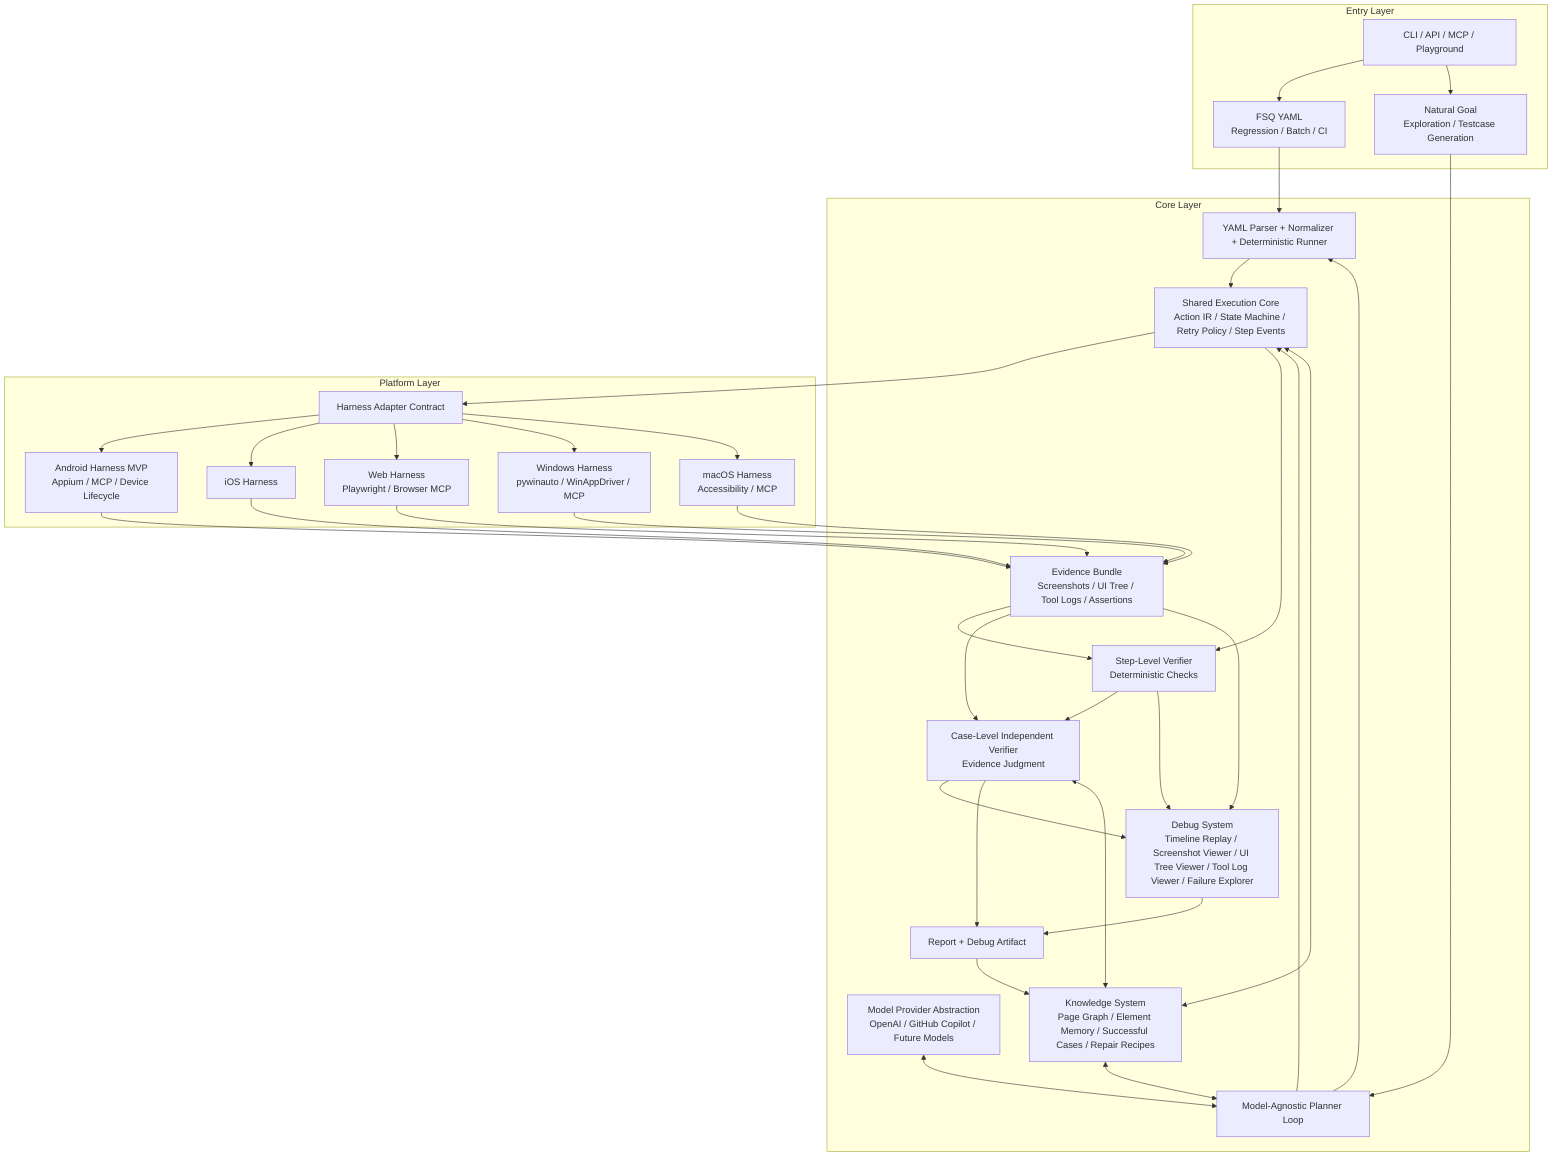
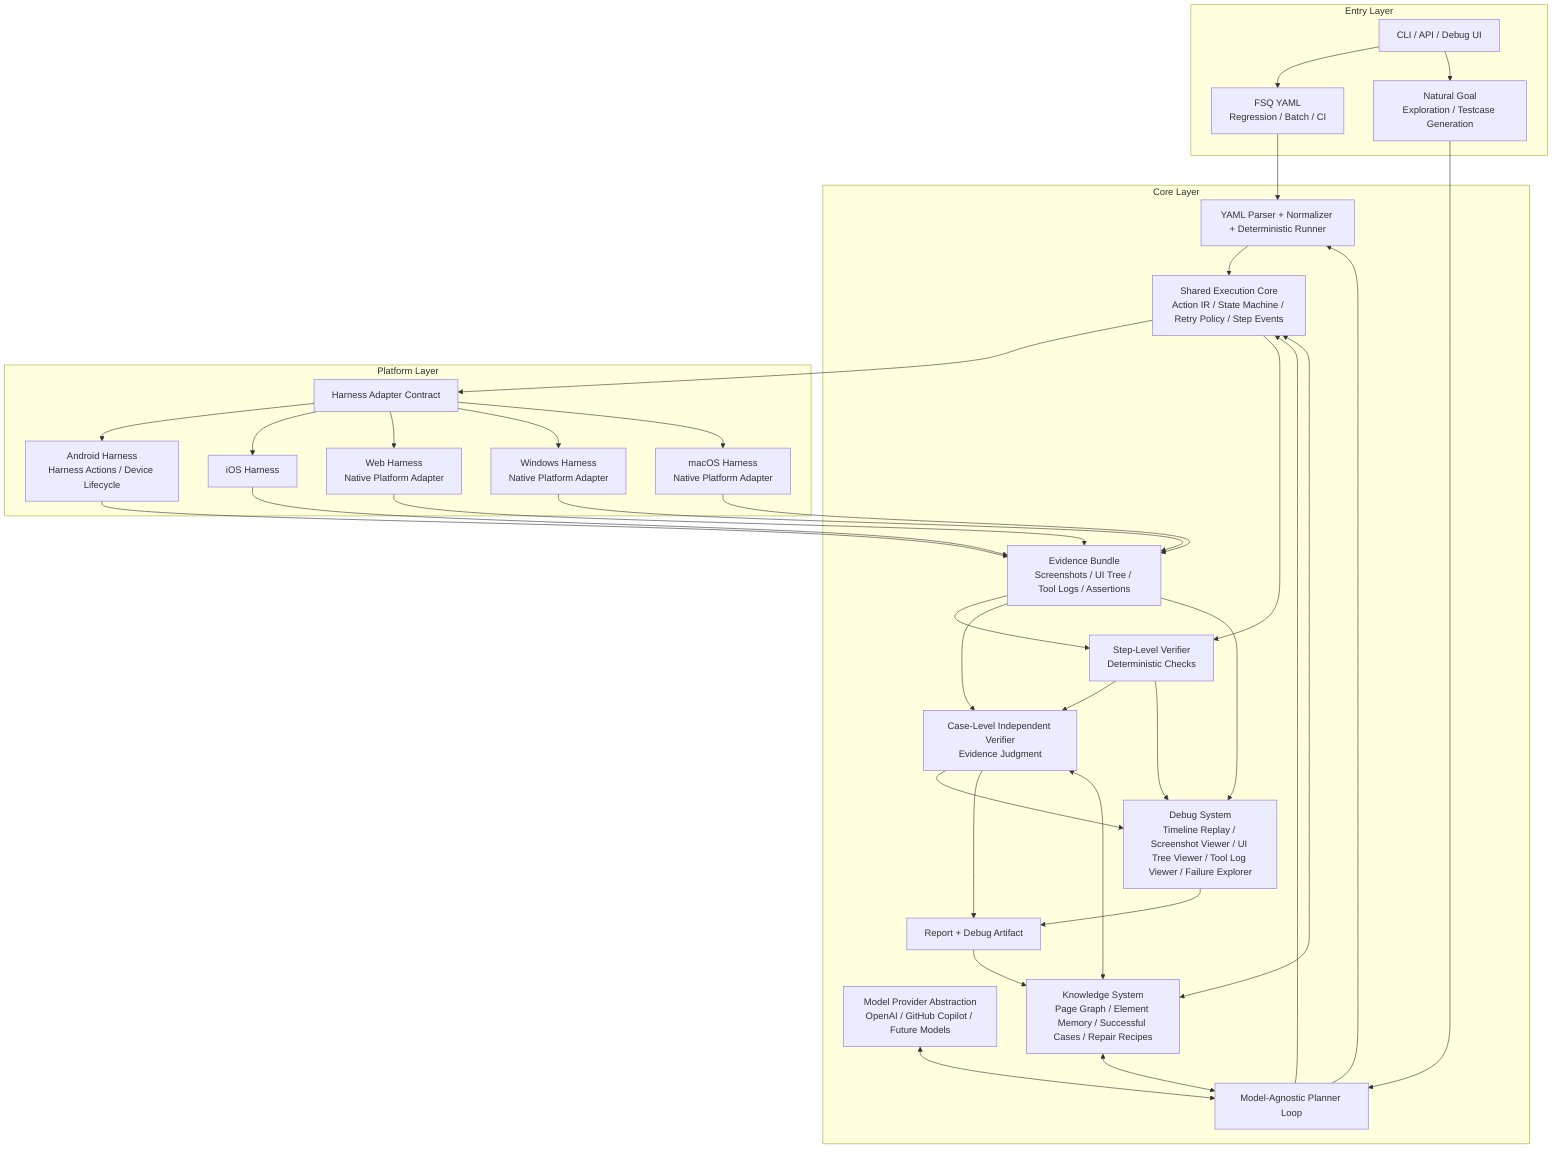
flowchart TB
    subgraph Entry[Entry Layer]
        FSQ[FSQ YAML\nRegression / Batch / CI]
        GOAL[Natural Goal\nExploration / Testcase Generation]
-         CLI[CLI / API / MCP / Playground]
+         CLI[CLI / API / Debug UI]
    end

    subgraph Core[Core Layer]
        YAML[YAML Parser + Normalizer + Deterministic Runner]
        PLANNER[Model-Agnostic Planner Loop]
        EXEC[Shared Execution Core\nAction IR / State Machine / Retry Policy / Step Events]
        MODEL[Model Provider Abstraction\nOpenAI / GitHub Copilot / Future Models]
        KNOW[Knowledge System\nPage Graph / Element Memory / Successful Cases / Repair Recipes]
        DEBUG[Debug System\nTimeline Replay / Screenshot Viewer / UI Tree Viewer / Tool Log Viewer / Failure Explorer]
        EVIDENCE[Evidence Bundle\nScreenshots / UI Tree / Tool Logs / Assertions]
        STEPVER[Step-Level Verifier\nDeterministic Checks]
        CASEVER[Case-Level Independent Verifier\nEvidence Judgment]
        REPORT[Report + Debug Artifact]
    end

    subgraph Platform[Platform Layer]
        HARNESS[Harness Adapter Contract]
-         ANDROID[Android Harness MVP\nAppium / MCP / Device Lifecycle]
+         ANDROID[Android Harness\nHarness Actions / Device Lifecycle]
        IOS[iOS Harness]
-         WEB[Web Harness\nPlaywright / Browser MCP]
-         WIN[Windows Harness\npywinauto / WinAppDriver / MCP]
-         MAC[macOS Harness\nAccessibility / MCP]
+         WEB[Web Harness\nNative Platform Adapter]
+         WIN[Windows Harness\nNative Platform Adapter]
+         MAC[macOS Harness\nNative Platform Adapter]
    end

    CLI --> FSQ
    CLI --> GOAL
    FSQ --> YAML
    GOAL --> PLANNER
    MODEL <--> PLANNER
    KNOW <--> PLANNER
    YAML --> EXEC
    PLANNER --> YAML
    PLANNER --> EXEC
    KNOW <--> EXEC
    EXEC --> HARNESS
    HARNESS --> ANDROID
    HARNESS --> IOS
    HARNESS --> WEB
    HARNESS --> WIN
    HARNESS --> MAC
    ANDROID --> EVIDENCE
    IOS --> EVIDENCE
    WEB --> EVIDENCE
    WIN --> EVIDENCE
    MAC --> EVIDENCE
    EXEC --> STEPVER
    EVIDENCE --> STEPVER
    STEPVER --> CASEVER
    EVIDENCE --> CASEVER
    KNOW <--> CASEVER
    STEPVER --> DEBUG
    CASEVER --> DEBUG
    EVIDENCE --> DEBUG
    CASEVER --> REPORT
    DEBUG --> REPORT
    REPORT --> KNOW
